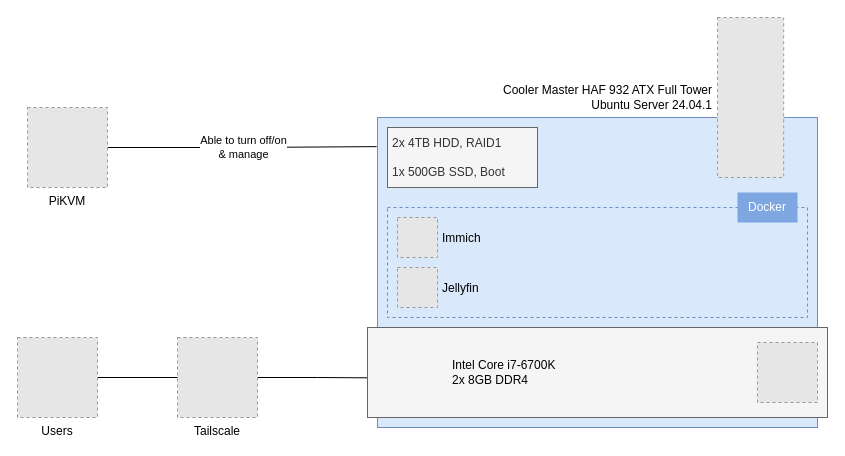
Earlier version of the draw.io diagram arch/homelab.drawio (schang1146/homelab). Source tidied: cells renumbered, new cells numbered last; positions are measured from the earlier drawing's top-left corner, leaving out a move shared by most shapes. Both pictures are drawn from the tidied source at 100%, with x=0, y=0 at pixel (17, 17). Pictures stored in the file or linked from it are replaced by grey dashed boxes.
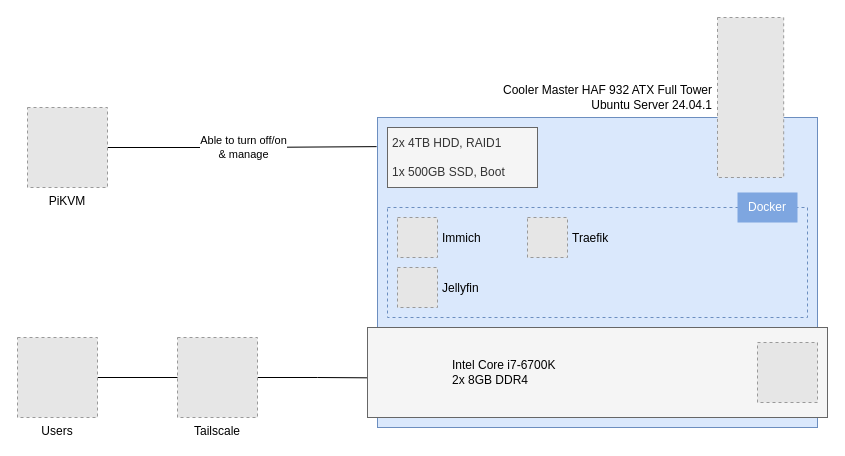
After the change.

The edit, as a diff of the source:
```diff
@@
+    <mxCell id="20" value="Traefik" style="fillColor=#E6E6E6;strokeColor=#999999;dashed=1;verticalLabelPosition=middle;labelBackgroundColor=none;verticalAlign=middle;fontFamily=Fira Code;spacing=5;labelPosition=right;align=left;" parent="1" vertex="1">
+      <mxGeometry x="510" y="200" width="40" height="40" as="geometry" />
+    </mxCell>
```
